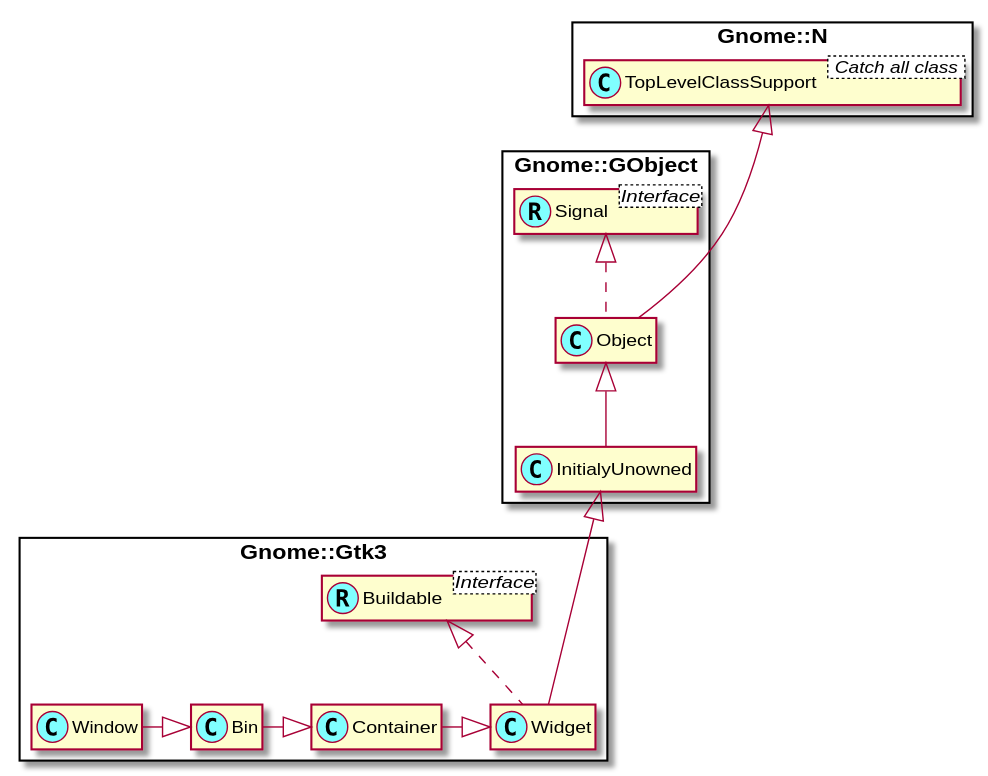
The PlantUML diagram docs/content-docs/reference/Gtk3/plantuml/Window.svg in MARTIMM/gnome-gtk3, before a commit.
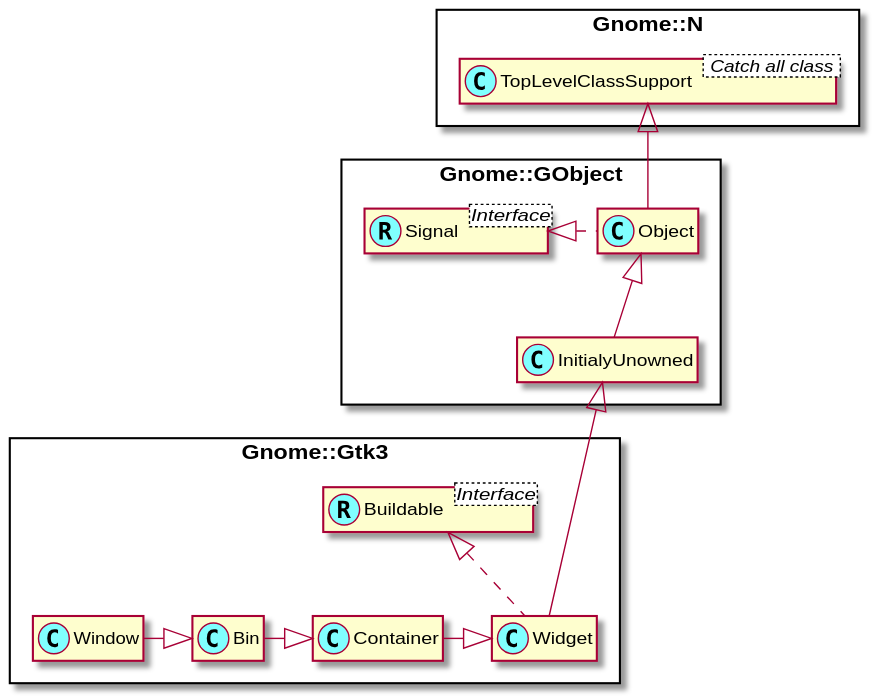
The same file after the commit.

What changed in the source:
```diff
@@ -14,9 +14,9 @@
 Interface Gnome::Gtk3::Buildable <Interface>
 class Gnome::Gtk3::Buildable <<(R,#80ffff)>>
 
-Gnome::N::TopLevelClassSupport <|--- Gnome::GObject::Object
+Gnome::N::TopLevelClassSupport <|-- Gnome::GObject::Object
 Gnome::GObject::Object <|-- Gnome::GObject::InitialyUnowned
-Gnome::GObject::Signal <|.. Gnome::GObject::Object
+Gnome::GObject::Signal <|. Gnome::GObject::Object
 
 Gnome::GObject::InitialyUnowned <|--- Gnome::Gtk3::Widget
 
```
